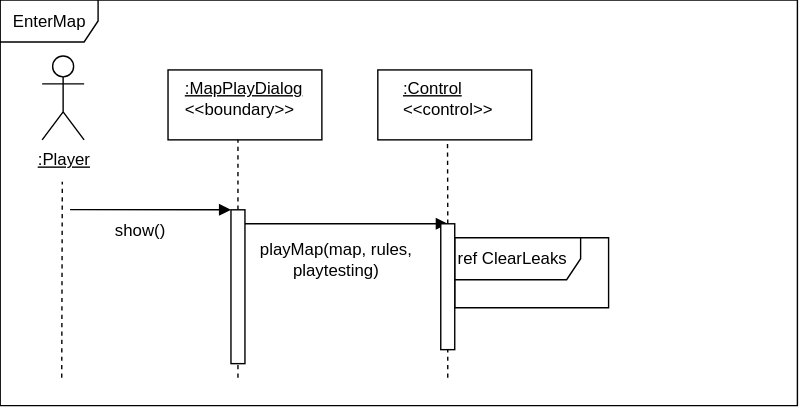
The draw.io diagram SE202526/Milestone3/UserStory2/assets/seqEnterMap.svg in gabits17/Mindustry-Add-ons-SE-Project, before a commit. Source tidied: cells renumbered, new cells last; positions are measured from the earlier drawing's top-left corner, leaving out a move shared by most shapes. The source it was exported from:
```xml
<mxGraphModel>
  <root>
    <mxCell id="0" />
    <mxCell id="1" parent="0" />
    <mxCell id="2" style="rounded=0;whiteSpace=wrap;html=1;" parent="1" vertex="1">
      <mxGeometry x="120" y="50" width="110" height="50" as="geometry" />
    </mxCell>
    <mxCell id="3" value="&lt;u&gt;:Player&lt;/u&gt;" style="shape=umlActor;verticalLabelPosition=bottom;verticalAlign=top;html=1;" parent="1" vertex="1">
      <mxGeometry x="30" y="40" width="30" height="60" as="geometry" />
    </mxCell>
    <mxCell id="4" value="&lt;u&gt;:MapPlayDialog&lt;/u&gt;&lt;div&gt;&amp;lt;&amp;lt;boundary&amp;gt;&amp;gt;&lt;/div&gt;" style="text;html=1;whiteSpace=wrap;strokeColor=none;fillColor=none;align=left;verticalAlign=middle;rounded=0;" parent="1" vertex="1">
      <mxGeometry x="130" y="55" width="60" height="30" as="geometry" />
    </mxCell>
    <mxCell id="5" style="rounded=0;whiteSpace=wrap;html=1;" parent="1" vertex="1">
      <mxGeometry x="270" y="50" width="110" height="50" as="geometry" />
    </mxCell>
    <mxCell id="6" value="&lt;div style=&quot;text-align: left;&quot;&gt;&lt;u style=&quot;background-color: transparent; color: light-dark(rgb(0, 0, 0), rgb(255, 255, 255));&quot;&gt;:Control&lt;/u&gt;&lt;/div&gt;&lt;div&gt;&amp;lt;&amp;lt;control&amp;gt;&amp;gt;&lt;/div&gt;" style="text;html=1;whiteSpace=wrap;strokeColor=none;fillColor=none;align=center;verticalAlign=middle;rounded=0;" parent="1" vertex="1">
      <mxGeometry x="290" y="55" width="60" height="30" as="geometry" />
    </mxCell>
    <mxCell id="7" style="endArrow=none;dashed=1;html=1;rounded=0;" parent="1" edge="1">
      <mxGeometry relative="1" as="geometry">
        <mxPoint x="44" y="270" as="sourcePoint" />
        <mxPoint x="44.4" y="130" as="targetPoint" />
      </mxGeometry>
    </mxCell>
    <mxCell id="8" style="endArrow=none;dashed=1;html=1;rounded=0;entryX=0.5;entryY=1;entryDx=0;entryDy=0;" parent="1" edge="1">
      <mxGeometry relative="1" as="geometry">
        <mxPoint x="170" y="270" as="sourcePoint" />
        <mxPoint x="170" y="100" as="targetPoint" />
      </mxGeometry>
    </mxCell>
    <mxCell id="9" style="endArrow=none;dashed=1;html=1;rounded=0;entryX=0.453;entryY=1.037;entryDx=0;entryDy=0;entryPerimeter=0;exitX=0.5;exitY=0;exitDx=0;exitDy=0;" parent="1" edge="1" source="18" target="5">
      <mxGeometry relative="1" as="geometry">
        <Array as="points">
          <mxPoint x="320" y="150" />
        </Array>
      </mxGeometry>
    </mxCell>
    <mxCell id="10" style="endArrow=block;html=1;rounded=0;endFill=1;exitX=0.994;exitY=0.038;exitDx=0;exitDy=0;exitPerimeter=0;entryX=0;entryY=0;entryDx=0;entryDy=0;" parent="1" edge="1" target="17">
      <mxGeometry relative="1" as="geometry">
        <mxPoint x="49.9" y="149.9" as="sourcePoint" />
      </mxGeometry>
    </mxCell>
    <mxCell id="11" value="show()" style="text;html=1;whiteSpace=wrap;strokeColor=none;fillColor=none;align=center;verticalAlign=middle;rounded=0;" parent="1" vertex="1">
      <mxGeometry x="70" y="150" width="60" height="30" as="geometry" />
    </mxCell>
    <mxCell id="12" style="endArrow=block;html=1;rounded=0;endFill=1;" parent="1" edge="1">
      <mxGeometry relative="1" as="geometry">
        <mxPoint x="170" y="160" as="sourcePoint" />
        <mxPoint x="320" y="160" as="targetPoint" />
      </mxGeometry>
    </mxCell>
    <mxCell id="13" value="playMap(map, rules, playtesting)" style="text;html=1;whiteSpace=wrap;strokeColor=none;fillColor=none;align=center;verticalAlign=middle;rounded=0;" parent="1" vertex="1">
      <mxGeometry x="170" y="170" width="140" height="30" as="geometry" />
    </mxCell>
    <mxCell id="14" value="ref ClearLeaks" style="shape=umlFrame;whiteSpace=wrap;html=1;width=90;height=30;align=left;" parent="1" vertex="1">
      <mxGeometry x="325" y="170" width="110" height="50" as="geometry" />
    </mxCell>
    <mxCell id="15" value="EnterMap" style="shape=umlFrame;whiteSpace=wrap;html=1;width=70;height=30;" parent="1" vertex="1">
      <mxGeometry width="570" height="290" as="geometry" />
    </mxCell>
    <mxCell id="16" style="endArrow=none;dashed=1;html=1;rounded=0;" parent="1" edge="1">
      <mxGeometry relative="1" as="geometry">
        <mxPoint x="320" y="270" as="sourcePoint" />
        <mxPoint x="320" y="218" as="targetPoint" />
        <Array as="points">
          <mxPoint x="320" y="218" />
        </Array>
      </mxGeometry>
    </mxCell>
    <mxCell id="17" style="rounded=0;whiteSpace=wrap;html=1;" parent="1" vertex="1">
      <mxGeometry x="165" y="150" width="10" height="110" as="geometry" />
    </mxCell>
    <mxCell id="18" style="rounded=0;whiteSpace=wrap;html=1;" parent="1" vertex="1">
      <mxGeometry x="315" y="160" width="10" height="90" as="geometry" />
    </mxCell>
  </root>
</mxGraphModel>
```
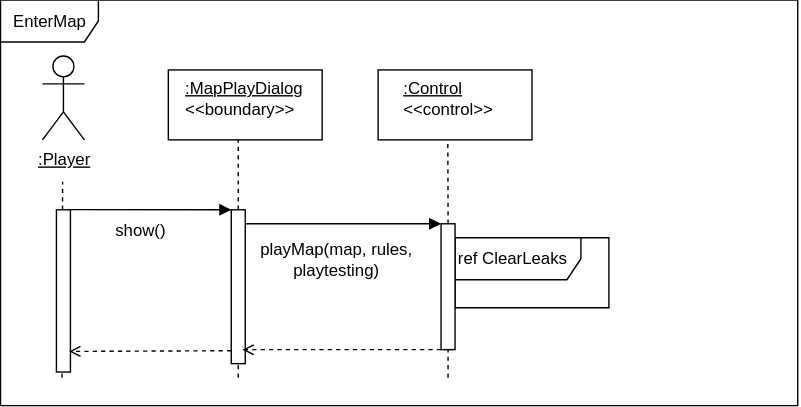
After the change.

Change to the diagram source:
```diff
@@ -44,10 +44,9 @@
     <mxCell id="11" value="show()" style="text;html=1;whiteSpace=wrap;strokeColor=none;fillColor=none;align=center;verticalAlign=middle;rounded=0;" parent="1" vertex="1">
       <mxGeometry x="70" y="150" width="60" height="30" as="geometry" />
     </mxCell>
-    <mxCell id="12" style="endArrow=block;html=1;rounded=0;endFill=1;" parent="1" edge="1">
+    <mxCell id="12" style="endArrow=block;html=1;rounded=0;endFill=1;entryX=0;entryY=0;entryDx=0;entryDy=0;" parent="1" edge="1" target="18">
       <mxGeometry relative="1" as="geometry">
         <mxPoint x="170" y="160" as="sourcePoint" />
-        <mxPoint x="320" y="160" as="targetPoint" />
       </mxGeometry>
     </mxCell>
     <mxCell id="13" value="playMap(map, rules, playtesting)" style="text;html=1;whiteSpace=wrap;strokeColor=none;fillColor=none;align=center;verticalAlign=middle;rounded=0;" parent="1" vertex="1">
@@ -74,5 +73,16 @@
     <mxCell id="18" style="rounded=0;whiteSpace=wrap;html=1;" parent="1" vertex="1">
       <mxGeometry x="315" y="160" width="10" height="90" as="geometry" />
     </mxCell>
+    <mxCell id="19" style="endArrow=open;html=1;rounded=0;endFill=0;dashed=1;exitX=0;exitY=1;exitDx=0;exitDy=0;" parent="1" edge="1" source="18">
+      <mxGeometry relative="1" as="geometry">
+        <mxPoint x="173" y="250" as="targetPoint" />
+      </mxGeometry>
+    </mxCell>
+    <mxCell id="20" style="rounded=0;whiteSpace=wrap;html=1;" parent="1" vertex="1">
+      <mxGeometry x="40" y="150" width="10" height="116" as="geometry" />
+    </mxCell>
+    <mxCell id="21" style="endArrow=open;html=1;rounded=0;endFill=0;dashed=1;exitX=-0.003;exitY=0.916;exitDx=0;exitDy=0;exitPerimeter=0;entryX=0.909;entryY=0.873;entryDx=0;entryDy=0;entryPerimeter=0;" parent="1" edge="1" source="17" target="20">
+      <mxGeometry relative="1" as="geometry" />
+    </mxCell>
   </root>
 </mxGraphModel>
```
